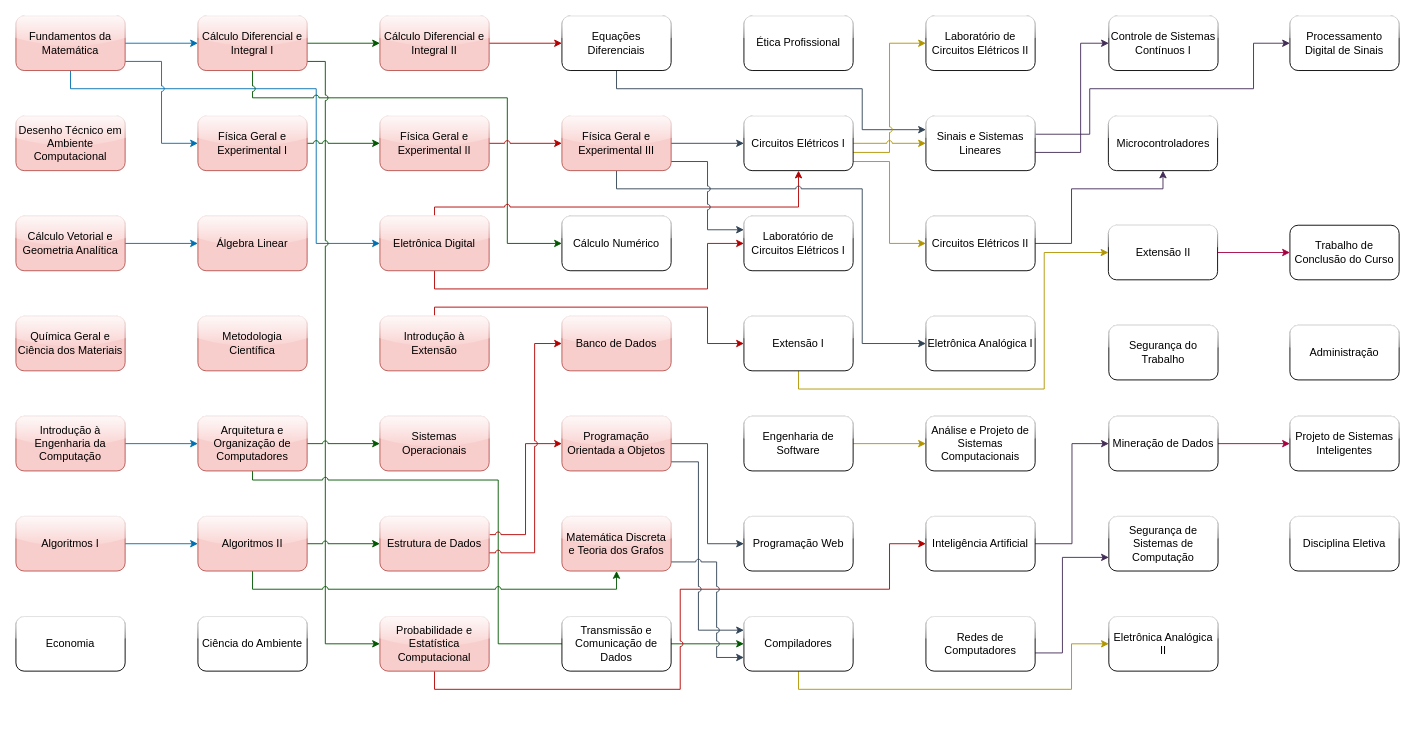
Above: fluxograma-disciplinas.drawio in mateus-s-a/IFMT_Eng_Computacao (draw.io), before the change. Source tidied: cells renumbered, new cells numbered last; positions are measured from the earlier drawing's top-left corner, leaving out a move shared by most shapes. Both pictures are drawn from the tidied source at 91%, with x=0, y=0 at pixel (15, 15).
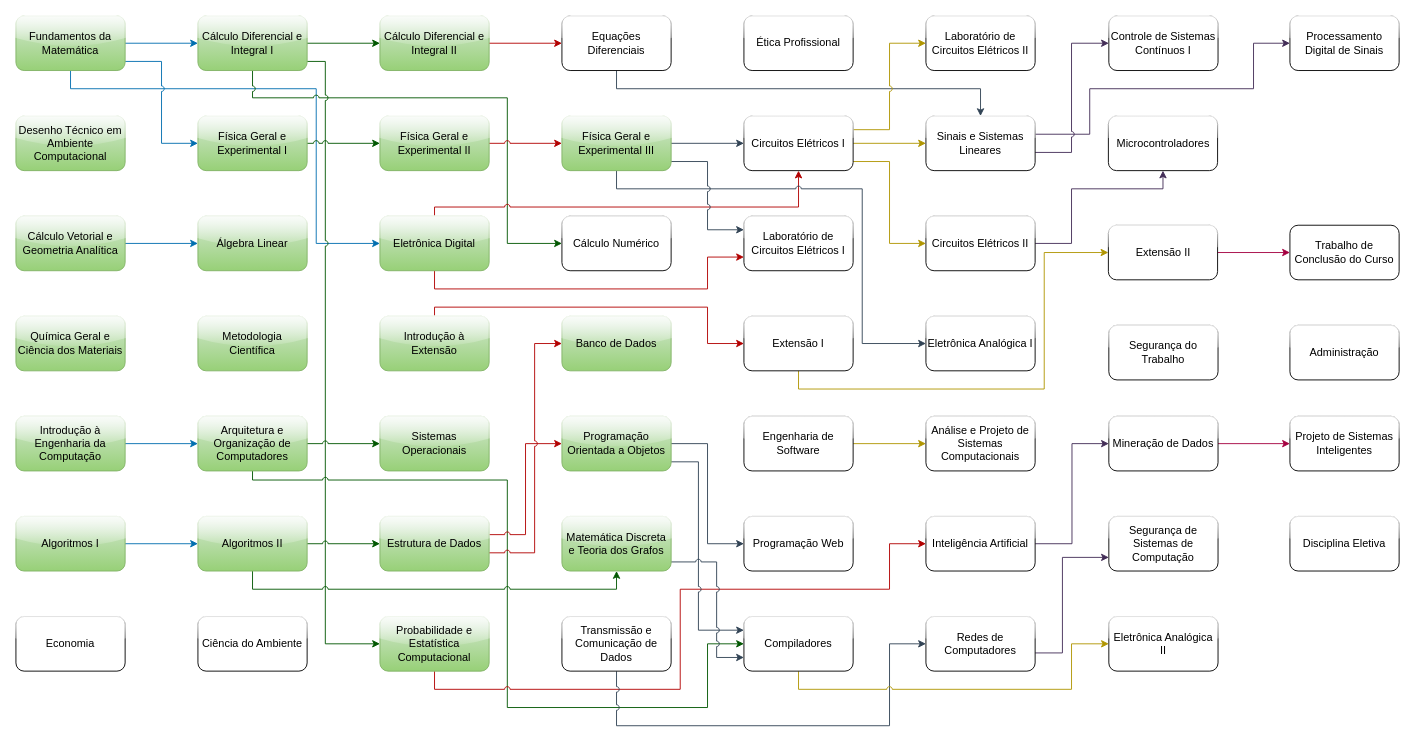
The same diagram, later.

Unchanged cells that the change refers to:
```xml
<mxCell id="46" value="Equações Diferenciais" style="rounded=1;whiteSpace=wrap;html=1;glass=1;" parent="1" vertex="1">
  <mxGeometry x="600" width="120" height="60" as="geometry" />
</mxCell>
<mxCell id="58" value="Transmissão e Comunicação de Dados" style="rounded=1;whiteSpace=wrap;html=1;glass=1;" parent="1" vertex="1">
  <mxGeometry x="600" y="660" width="120" height="60" as="geometry" />
</mxCell>
<mxCell id="63" value="Circuitos Elétricos I" style="rounded=1;whiteSpace=wrap;html=1;glass=1;" parent="1" vertex="1">
  <mxGeometry x="800" y="110" width="120" height="60" as="geometry" />
</mxCell>
<mxCell id="64" value="Laboratório de Circuitos Elétricos I" style="rounded=1;whiteSpace=wrap;html=1;glass=1;" parent="1" vertex="1">
  <mxGeometry x="800" y="220" width="120" height="60" as="geometry" />
</mxCell>
<mxCell id="71" value="Compiladores" style="rounded=1;whiteSpace=wrap;html=1;glass=1;" parent="1" vertex="1">
  <mxGeometry x="800" y="660" width="120" height="60" as="geometry" />
</mxCell>
<mxCell id="72" value="Laboratório de Circuitos Elétricos II" style="rounded=1;whiteSpace=wrap;html=1;glass=1;" parent="1" vertex="1">
  <mxGeometry x="1000" width="120" height="60" as="geometry" />
</mxCell>
<mxCell id="75" value="Sinais e Sistemas Lineares" style="rounded=1;whiteSpace=wrap;html=1;glass=1;" parent="1" vertex="1">
  <mxGeometry x="1000" y="110" width="120" height="60" as="geometry" />
</mxCell>
<mxCell id="83" value="Redes de Computadores" style="rounded=1;whiteSpace=wrap;html=1;glass=1;" parent="1" vertex="1">
  <mxGeometry x="1000" y="660" width="120" height="60" as="geometry" />
</mxCell>
<mxCell id="84" value="Controle de Sistemas Contínuos I" style="rounded=1;whiteSpace=wrap;html=1;glass=1;" parent="1" vertex="1">
  <mxGeometry x="1201" width="120" height="60" as="geometry" />
</mxCell>
```

What changed in the source:
```diff
@@
-    <mxCell id="5" value="Fundamentos da Matemática" style="rounded=1;whiteSpace=wrap;html=1;glass=1;shadow=0;fillColor=#f8cecc;strokeColor=#b85450;" parent="1" vertex="1">
+    <mxCell id="5" value="Fundamentos da Matemática" style="rounded=1;whiteSpace=wrap;html=1;glass=1;shadow=0;fillColor=#d5e8d4;strokeColor=#82b366;gradientColor=#97d077;" parent="1" vertex="1">
       <mxGeometry width="120" height="60" as="geometry" />
     </mxCell>
-    <mxCell id="6" value="Desenho Técnico em Ambiente Computacional" style="rounded=1;whiteSpace=wrap;html=1;glass=1;fillColor=#f8cecc;strokeColor=#b85450;" parent="1" vertex="1">
+    <mxCell id="6" value="Desenho Técnico em Ambiente Computacional" style="rounded=1;whiteSpace=wrap;html=1;glass=1;fillColor=#d5e8d4;strokeColor=#82b366;gradientColor=#97d077;" parent="1" vertex="1">
       <mxGeometry y="110" width="120" height="60" as="geometry" />
     </mxCell>
@@
-    <mxCell id="8" value="Cálculo Vetorial e Geometria Analítica" style="rounded=1;whiteSpace=wrap;html=1;glass=1;fillColor=#f8cecc;strokeColor=#b85450;" parent="1" vertex="1">
+    <mxCell id="8" value="Cálculo Vetorial e Geometria Analítica" style="rounded=1;whiteSpace=wrap;html=1;glass=1;fillColor=#d5e8d4;strokeColor=#82b366;gradientColor=#97d077;" parent="1" vertex="1">
       <mxGeometry y="220" width="120" height="60" as="geometry" />
     </mxCell>
-    <mxCell id="9" value="&lt;div&gt;Química Geral e Ciência dos Materiais&lt;/div&gt;" style="rounded=1;whiteSpace=wrap;html=1;glass=1;fillColor=#f8cecc;strokeColor=#b85450;" parent="1" vertex="1">
+    <mxCell id="9" value="&lt;div&gt;Química Geral e Ciência dos Materiais&lt;/div&gt;" style="rounded=1;whiteSpace=wrap;html=1;glass=1;fillColor=#d5e8d4;strokeColor=#82b366;gradientColor=#97d077;" parent="1" vertex="1">
       <mxGeometry y="330" width="120" height="60" as="geometry" />
     </mxCell>
@@
-    <mxCell id="11" value="Introdução à Engenharia da Computação" style="rounded=1;whiteSpace=wrap;html=1;glass=1;fillColor=#f8cecc;strokeColor=#b85450;" parent="1" vertex="1">
+    <mxCell id="11" value="Introdução à Engenharia da Computação" style="rounded=1;whiteSpace=wrap;html=1;glass=1;fillColor=#d5e8d4;strokeColor=#82b366;gradientColor=#97d077;" parent="1" vertex="1">
       <mxGeometry y="440" width="120" height="60" as="geometry" />
     </mxCell>
@@
-    <mxCell id="13" value="Algoritmos I" style="rounded=1;whiteSpace=wrap;html=1;glass=1;fillColor=#f8cecc;strokeColor=#b85450;" parent="1" vertex="1">
+    <mxCell id="13" value="Algoritmos I" style="rounded=1;whiteSpace=wrap;html=1;glass=1;fillColor=#d5e8d4;strokeColor=#82b366;gradientColor=#97d077;" parent="1" vertex="1">
       <mxGeometry y="550" width="120" height="60" as="geometry" />
     </mxCell>
@@
-    <mxCell id="18" value="&lt;div&gt;Cálculo Diferencial e Integral I&lt;/div&gt;" style="rounded=1;whiteSpace=wrap;html=1;glass=1;fillColor=#f8cecc;strokeColor=#b85450;" parent="1" vertex="1">
+    <mxCell id="18" value="&lt;div&gt;Cálculo Diferencial e Integral I&lt;/div&gt;" style="rounded=1;whiteSpace=wrap;html=1;glass=1;fillColor=#d5e8d4;strokeColor=#82b366;gradientColor=#97d077;" parent="1" vertex="1">
       <mxGeometry x="200" width="120" height="60" as="geometry" />
     </mxCell>
@@
-    <mxCell id="20" value="&lt;div&gt;Física Geral e Experimental I&lt;/div&gt;" style="rounded=1;whiteSpace=wrap;html=1;glass=1;fillColor=#f8cecc;strokeColor=#b85450;" parent="1" vertex="1">
+    <mxCell id="20" value="&lt;div&gt;Física Geral e Experimental I&lt;/div&gt;" style="rounded=1;whiteSpace=wrap;html=1;glass=1;fillColor=#d5e8d4;strokeColor=#82b366;gradientColor=#97d077;" parent="1" vertex="1">
       <mxGeometry x="200" y="110" width="120" height="60" as="geometry" />
     </mxCell>
-    <mxCell id="21" value="Álgebra Linear" style="rounded=1;whiteSpace=wrap;html=1;glass=1;fillColor=#f8cecc;strokeColor=#b85450;" parent="1" vertex="1">
+    <mxCell id="21" value="Álgebra Linear" style="rounded=1;whiteSpace=wrap;html=1;glass=1;fillColor=#d5e8d4;strokeColor=#82b366;gradientColor=#97d077;" parent="1" vertex="1">
       <mxGeometry x="200" y="220" width="120" height="60" as="geometry" />
     </mxCell>
-    <mxCell id="22" value="Metodologia Científica" style="rounded=1;whiteSpace=wrap;html=1;glass=1;fillColor=#f8cecc;strokeColor=#b85450;" parent="1" vertex="1">
+    <mxCell id="22" value="Metodologia Científica" style="rounded=1;whiteSpace=wrap;html=1;glass=1;fillColor=#d5e8d4;strokeColor=#82b366;gradientColor=#97d077;" parent="1" vertex="1">
       <mxGeometry x="200" y="330" width="120" height="60" as="geometry" />
     </mxCell>
@@
     <mxCell id="24" style="edgeStyle=orthogonalEdgeStyle;rounded=0;jettySize=auto;html=1;entryX=0;entryY=0.5;entryDx=0;entryDy=0;fillColor=#008a00;strokeColor=#005700;jumpStyle=arc;" parent="1" edge="1" target="71">
       <mxGeometry relative="1" as="geometry">
         <mxPoint x="260" y="490" as="sourcePoint" />
         <Array as="points">
           <mxPoint x="260" y="510" />
-          <mxPoint x="530" y="510" />
-          <mxPoint x="530" y="690" />
+          <mxPoint x="540" y="510" />
+          <mxPoint x="540" y="760" />
+          <mxPoint x="760" y="760" />
+          <mxPoint x="760" y="690" />
         </Array>
       </mxGeometry>
     </mxCell>
-    <mxCell id="25" value="Arquitetura e Organização de Computadores" style="rounded=1;whiteSpace=wrap;html=1;glass=1;fillColor=#f8cecc;strokeColor=#b85450;" parent="1" vertex="1">
+    <mxCell id="25" value="Arquitetura e Organização de Computadores" style="rounded=1;whiteSpace=wrap;html=1;glass=1;fillColor=#d5e8d4;strokeColor=#82b366;gradientColor=#97d077;" parent="1" vertex="1">
       <mxGeometry x="200" y="440" width="120" height="60" as="geometry" />
     </mxCell>
@@
-    <mxCell id="28" value="&lt;div&gt;Algoritmos II&lt;/div&gt;" style="rounded=1;whiteSpace=wrap;html=1;glass=1;fillColor=#f8cecc;strokeColor=#b85450;" parent="1" vertex="1">
+    <mxCell id="28" value="&lt;div&gt;Algoritmos II&lt;/div&gt;" style="rounded=1;whiteSpace=wrap;html=1;glass=1;fillColor=#d5e8d4;strokeColor=#82b366;gradientColor=#97d077;" parent="1" vertex="1">
       <mxGeometry x="200" y="550" width="120" height="60" as="geometry" />
     </mxCell>
@@
-    <mxCell id="31" value="&lt;div&gt;Física Geral e Experimental II&lt;/div&gt;" style="rounded=1;whiteSpace=wrap;html=1;glass=1;fillColor=#f8cecc;strokeColor=#b85450;" parent="1" vertex="1">
+    <mxCell id="31" value="&lt;div&gt;Física Geral e Experimental II&lt;/div&gt;" style="rounded=1;whiteSpace=wrap;html=1;glass=1;fillColor=#d5e8d4;strokeColor=#82b366;gradientColor=#97d077;" parent="1" vertex="1">
       <mxGeometry x="400" y="110" width="120" height="60" as="geometry" />
     </mxCell>
@@
-    <mxCell id="33" style="edgeStyle=orthogonalEdgeStyle;rounded=0;jettySize=auto;html=1;entryX=0;entryY=0.5;entryDx=0;entryDy=0;fillColor=#e51400;strokeColor=#B20000;jumpStyle=arc;" parent="1" edge="1" source="34" target="64">
+    <mxCell id="33" style="edgeStyle=orthogonalEdgeStyle;rounded=0;jettySize=auto;html=1;entryX=0;entryY=0.75;entryDx=0;entryDy=0;fillColor=#e51400;strokeColor=#B20000;jumpStyle=arc;" parent="1" edge="1" source="34" target="64">
       <mxGeometry relative="1" as="geometry">
         <Array as="points">
           <mxPoint x="460" y="300" />
           <mxPoint x="760" y="300" />
-          <mxPoint x="760" y="250" />
+          <mxPoint x="760" y="265" />
         </Array>
       </mxGeometry>
     </mxCell>
-    <mxCell id="34" value="Eletrônica Digital" style="rounded=1;whiteSpace=wrap;html=1;glass=1;fillColor=#f8cecc;strokeColor=#b85450;" parent="1" vertex="1">
+    <mxCell id="34" value="Eletrônica Digital" style="rounded=1;whiteSpace=wrap;html=1;glass=1;fillColor=#d5e8d4;strokeColor=#82b366;gradientColor=#97d077;" parent="1" vertex="1">
       <mxGeometry x="400" y="220" width="120" height="60" as="geometry" />
     </mxCell>
@@
-    <mxCell id="36" value="Introdução à Extensão" style="rounded=1;whiteSpace=wrap;html=1;glass=1;fillColor=#f8cecc;strokeColor=#b85450;" parent="1" vertex="1">
+    <mxCell id="36" value="Introdução à Extensão" style="rounded=1;whiteSpace=wrap;html=1;glass=1;fillColor=#d5e8d4;strokeColor=#82b366;gradientColor=#97d077;" parent="1" vertex="1">
       <mxGeometry x="400" y="330" width="120" height="60" as="geometry" />
     </mxCell>
-    <mxCell id="37" value="Sistemas Operacionais" style="rounded=1;whiteSpace=wrap;html=1;glass=1;fillColor=#f8cecc;strokeColor=#b85450;" parent="1" vertex="1">
+    <mxCell id="37" value="Sistemas Operacionais" style="rounded=1;whiteSpace=wrap;html=1;glass=1;fillColor=#d5e8d4;strokeColor=#82b366;gradientColor=#97d077;" parent="1" vertex="1">
       <mxGeometry x="400" y="440" width="120" height="60" as="geometry" />
     </mxCell>
@@
-    <mxCell id="40" value="Estrutura de Dados" style="rounded=1;whiteSpace=wrap;html=1;glass=1;fillColor=#f8cecc;strokeColor=#b85450;" parent="1" vertex="1">
+    <mxCell id="40" value="Estrutura de Dados" style="rounded=1;whiteSpace=wrap;html=1;glass=1;fillColor=#d5e8d4;strokeColor=#82b366;gradientColor=#97d077;" parent="1" vertex="1">
       <mxGeometry x="400" y="550" width="120" height="60" as="geometry" />
     </mxCell>
@@
-    <mxCell id="42" value="Probabilidade e Estatística Computacional" style="rounded=1;whiteSpace=wrap;html=1;glass=1;fillColor=#f8cecc;strokeColor=#b85450;" parent="1" vertex="1">
+    <mxCell id="42" value="Probabilidade e Estatística Computacional" style="rounded=1;whiteSpace=wrap;html=1;glass=1;fillColor=#d5e8d4;strokeColor=#82b366;gradientColor=#97d077;" parent="1" vertex="1">
       <mxGeometry x="400" y="660" width="120" height="60" as="geometry" />
     </mxCell>
@@
-    <mxCell id="44" value="&lt;div&gt;Cálculo Diferencial e Integral II&lt;/div&gt;" style="rounded=1;whiteSpace=wrap;html=1;glass=1;fillColor=#f8cecc;strokeColor=#b85450;" parent="1" vertex="1">
+    <mxCell id="44" value="&lt;div&gt;Cálculo Diferencial e Integral II&lt;/div&gt;" style="rounded=1;whiteSpace=wrap;html=1;glass=1;fillColor=#d5e8d4;strokeColor=#82b366;gradientColor=#97d077;" parent="1" vertex="1">
       <mxGeometry x="400" width="120" height="60" as="geometry" />
     </mxCell>
-    <mxCell id="45" style="edgeStyle=orthogonalEdgeStyle;rounded=0;jettySize=auto;html=1;entryX=0;entryY=0.25;entryDx=0;entryDy=0;fillColor=#647687;strokeColor=#314354;jumpStyle=arc;" parent="1" edge="1" source="46" target="75">
+    <mxCell id="45" style="edgeStyle=orthogonalEdgeStyle;rounded=0;jettySize=auto;html=1;entryX=0.5;entryY=0;entryDx=0;entryDy=0;fillColor=#647687;strokeColor=#314354;jumpStyle=arc;" parent="1" edge="1" source="46" target="75">
       <mxGeometry relative="1" as="geometry">
         <Array as="points">
           <mxPoint x="660" y="80" />
-          <mxPoint x="930" y="80" />
-          <mxPoint x="930" y="125" />
+          <mxPoint x="1060" y="80" />
         </Array>
       </mxGeometry>
     </mxCell>
@@
-    <mxCell id="50" value="&lt;div&gt;Física Geral e Experimental III&lt;/div&gt;" style="rounded=1;whiteSpace=wrap;html=1;glass=1;fillColor=#f8cecc;strokeColor=#b85450;" parent="1" vertex="1">
+    <mxCell id="50" value="&lt;div&gt;Física Geral e Experimental III&lt;/div&gt;" style="rounded=1;whiteSpace=wrap;html=1;glass=1;fillColor=#d5e8d4;strokeColor=#82b366;gradientColor=#97d077;" parent="1" vertex="1">
       <mxGeometry x="600" y="110" width="120" height="60" as="geometry" />
     </mxCell>
@@
-    <mxCell id="52" value="Banco de Dados" style="rounded=1;whiteSpace=wrap;html=1;glass=1;fillColor=#f8cecc;strokeColor=#b85450;" parent="1" vertex="1">
+    <mxCell id="52" value="Banco de Dados" style="rounded=1;whiteSpace=wrap;html=1;glass=1;fillColor=#d5e8d4;strokeColor=#82b366;gradientColor=#97d077;" parent="1" vertex="1">
       <mxGeometry x="600" y="330" width="120" height="60" as="geometry" />
     </mxCell>
@@
-    <mxCell id="55" value="Programação Orientada a Objetos" style="rounded=1;whiteSpace=wrap;html=1;glass=1;fillColor=#f8cecc;strokeColor=#b85450;" parent="1" vertex="1">
+    <mxCell id="55" value="Programação Orientada a Objetos" style="rounded=1;whiteSpace=wrap;html=1;glass=1;fillColor=#d5e8d4;strokeColor=#82b366;gradientColor=#97d077;" parent="1" vertex="1">
       <mxGeometry x="600" y="440" width="120" height="60" as="geometry" />
     </mxCell>
@@
-    <mxCell id="57" value="Matemática Discreta e Teoria dos Grafos" style="rounded=1;whiteSpace=wrap;html=1;glass=1;fillColor=#f8cecc;strokeColor=#b85450;" parent="1" vertex="1">
+    <mxCell id="57" value="Matemática Discreta e Teoria dos Grafos" style="rounded=1;whiteSpace=wrap;html=1;glass=1;fillColor=#d5e8d4;strokeColor=#82b366;gradientColor=#97d077;" parent="1" vertex="1">
       <mxGeometry x="600" y="550" width="120" height="60" as="geometry" />
     </mxCell>
+    <mxCell id="98" style="edgeStyle=orthogonalEdgeStyle;rounded=0;jettySize=auto;html=1;entryX=0;entryY=0.5;entryDx=0;entryDy=0;jumpStyle=arc;fillColor=#647687;strokeColor=#314354;" parent="1" edge="1" source="58" target="83">
+      <mxGeometry relative="1" as="geometry">
+        <Array as="points">
+          <mxPoint x="660" y="780" />
+          <mxPoint x="960" y="780" />
+          <mxPoint x="960" y="690" />
+        </Array>
+      </mxGeometry>
+    </mxCell>
@@
-    <mxCell id="60" style="edgeStyle=orthogonalEdgeStyle;rounded=0;jettySize=auto;html=1;entryX=0;entryY=0.5;entryDx=0;entryDy=0;fillColor=#e3c800;strokeColor=#B09500;jumpStyle=arc;" parent="1" edge="1" source="63" target="72">
+    <mxCell id="60" style="edgeStyle=orthogonalEdgeStyle;rounded=0;jettySize=auto;html=1;fillColor=#e3c800;strokeColor=#B09500;jumpStyle=arc;entryX=0;entryY=0.5;entryDx=0;entryDy=0;" parent="1" edge="1" source="63" target="75">
       <mxGeometry relative="1" as="geometry">
         <Array as="points">
-          <mxPoint x="960" y="150" />
-          <mxPoint x="960" y="30" />
+          <mxPoint x="990" y="140" />
+          <mxPoint x="990" y="140" />
         </Array>
       </mxGeometry>
     </mxCell>
-    <mxCell id="61" style="edgeStyle=orthogonalEdgeStyle;rounded=0;jettySize=auto;html=1;entryX=0;entryY=0.5;entryDx=0;entryDy=0;fillColor=#e3c800;strokeColor=#B09500;jumpStyle=arc;" parent="1" edge="1" source="63" target="75">
-      <mxGeometry relative="1" as="geometry" />
+    <mxCell id="61" style="edgeStyle=orthogonalEdgeStyle;rounded=0;jettySize=auto;html=1;entryX=0;entryY=0.5;entryDx=0;entryDy=0;fillColor=#e3c800;strokeColor=#B09500;jumpStyle=arc;exitX=1;exitY=0.25;exitDx=0;exitDy=0;" parent="1" edge="1" source="63" target="72">
+      <mxGeometry relative="1" as="geometry">
+        <Array as="points">
+          <mxPoint x="960" y="125" />
+          <mxPoint x="960" y="30" />
+        </Array>
+      </mxGeometry>
     </mxCell>
@@
-    <mxCell id="74" style="edgeStyle=orthogonalEdgeStyle;rounded=0;jettySize=auto;html=1;entryX=0;entryY=0.5;entryDx=0;entryDy=0;fillColor=#76608a;strokeColor=#432D57;" parent="1" edge="1" source="75" target="84">
+    <mxCell id="74" style="edgeStyle=orthogonalEdgeStyle;rounded=0;jettySize=auto;html=1;entryX=0;entryY=0.5;entryDx=0;entryDy=0;fillColor=#76608a;strokeColor=#432D57;jumpStyle=arc;" parent="1" edge="1" source="75" target="84">
       <mxGeometry relative="1" as="geometry">
         <Array as="points">
-          <mxPoint x="1170" y="150" />
-          <mxPoint x="1170" y="30" />
+          <mxPoint x="1160" y="150" />
+          <mxPoint x="1160" y="30" />
         </Array>
       </mxGeometry>
     </mxCell>
```
